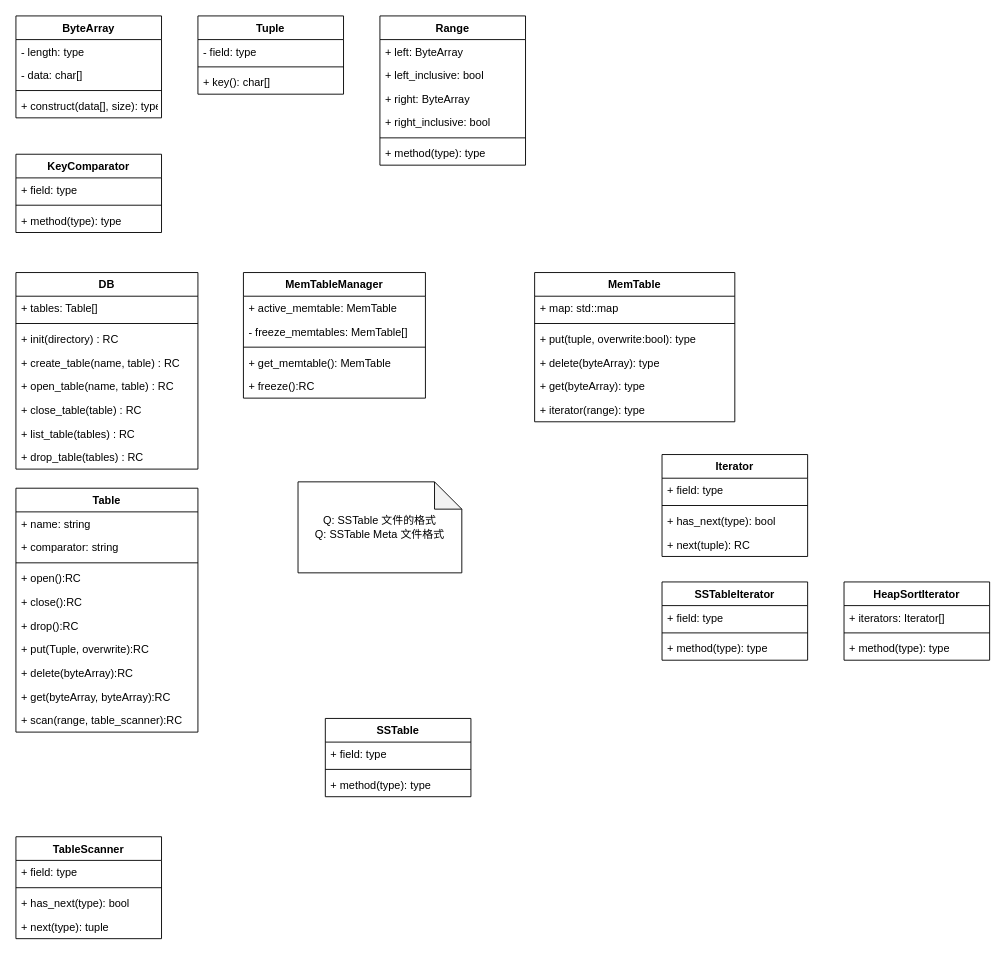
The draw.io diagram page "Page-1" (1 of 3) of Untitled Diagram.drawio in hnwyllmm/notes, before the edit. Source tidied: cells renumbered, new cells numbered last; positions are measured from the earlier drawing's top-left corner, leaving out a move shared by most shapes. Both pictures are drawn from the tidied source at 91%, with x=0, y=0 at pixel (15, 15).
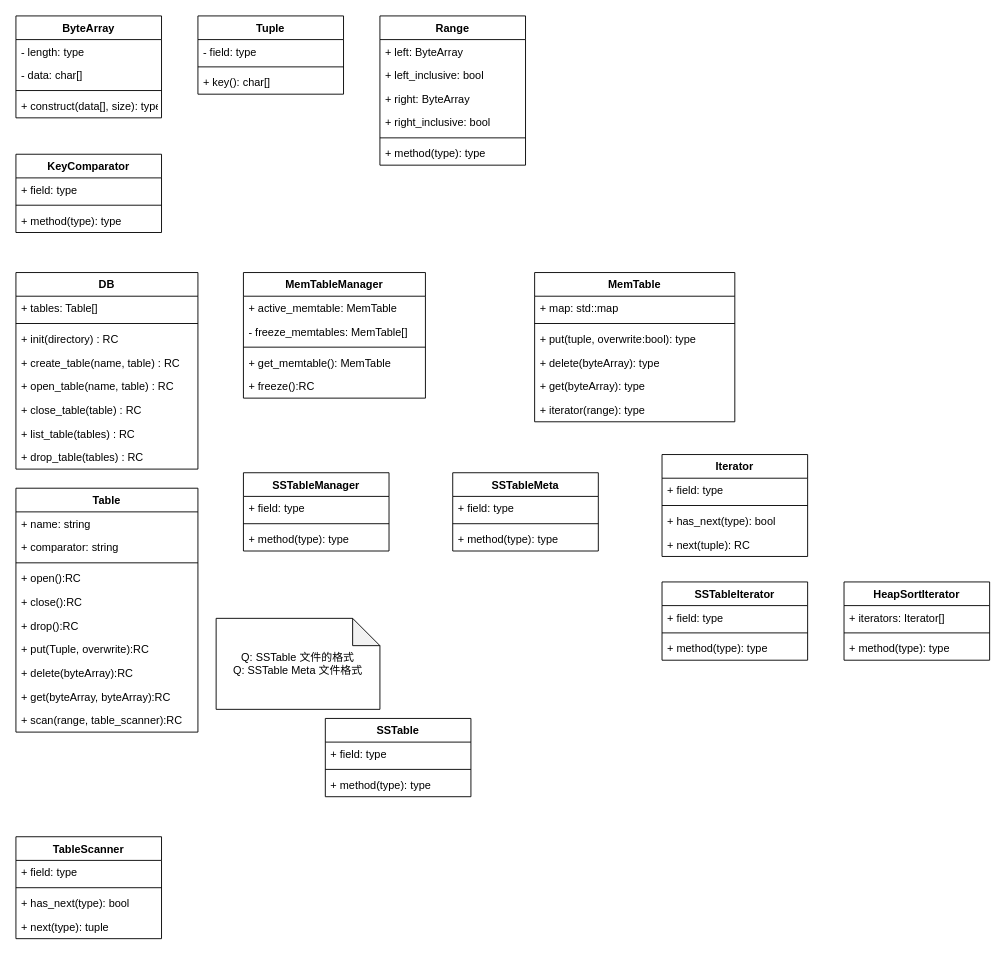
The same diagram, later.

Commit message:
sstable manager and sstable meta.drawio

The edit, as a diff of the source:
```diff
@@
     <mxCell id="77" value="Q: SSTable 文件的格式&lt;br&gt;Q: SSTable Meta 文件格式" style="shape=note;whiteSpace=wrap;html=1;backgroundOutline=1;darkOpacity=0.05;" parent="1" vertex="1">
-      <mxGeometry x="310" y="512" width="180" height="100" as="geometry" />
+      <mxGeometry x="220" y="662" width="180" height="100" as="geometry" />
     </mxCell>
+    <mxCell id="78" value="SSTableManager" style="swimlane;fontStyle=1;align=center;verticalAlign=top;horizontal=1;startSize=26;" parent="1" vertex="1">
+      <mxGeometry x="250" y="502" width="160" height="86" as="geometry" />
+    </mxCell>
+    <mxCell id="79" value="+ field: type" style="text;strokeColor=none;fillColor=none;align=left;verticalAlign=top;spacingLeft=4;spacingRight=4;overflow=hidden;" parent="78" vertex="1">
+      <mxGeometry y="26" width="160" height="26" as="geometry" />
+    </mxCell>
+    <mxCell id="80" style="line;strokeWidth=1;fillColor=none;align=left;verticalAlign=middle;spacingTop=-1;spacingLeft=3;spacingRight=3;labelPosition=right;" parent="78" vertex="1">
+      <mxGeometry y="52" width="160" height="8" as="geometry" />
+    </mxCell>
+    <mxCell id="81" value="+ method(type): type" style="text;strokeColor=none;fillColor=none;align=left;verticalAlign=top;spacingLeft=4;spacingRight=4;overflow=hidden;" parent="78" vertex="1">
+      <mxGeometry y="60" width="160" height="26" as="geometry" />
+    </mxCell>
+    <mxCell id="82" value="SSTableMeta" style="swimlane;fontStyle=1;align=center;verticalAlign=top;horizontal=1;startSize=26;" parent="1" vertex="1">
+      <mxGeometry x="480" y="502" width="160" height="86" as="geometry" />
+    </mxCell>
+    <mxCell id="83" value="+ field: type" style="text;strokeColor=none;fillColor=none;align=left;verticalAlign=top;spacingLeft=4;spacingRight=4;overflow=hidden;" parent="82" vertex="1">
+      <mxGeometry y="26" width="160" height="26" as="geometry" />
+    </mxCell>
+    <mxCell id="84" style="line;strokeWidth=1;fillColor=none;align=left;verticalAlign=middle;spacingTop=-1;spacingLeft=3;spacingRight=3;labelPosition=right;" parent="82" vertex="1">
+      <mxGeometry y="52" width="160" height="8" as="geometry" />
+    </mxCell>
+    <mxCell id="85" value="+ method(type): type" style="text;strokeColor=none;fillColor=none;align=left;verticalAlign=top;spacingLeft=4;spacingRight=4;overflow=hidden;" parent="82" vertex="1">
+      <mxGeometry y="60" width="160" height="26" as="geometry" />
+    </mxCell>
```
